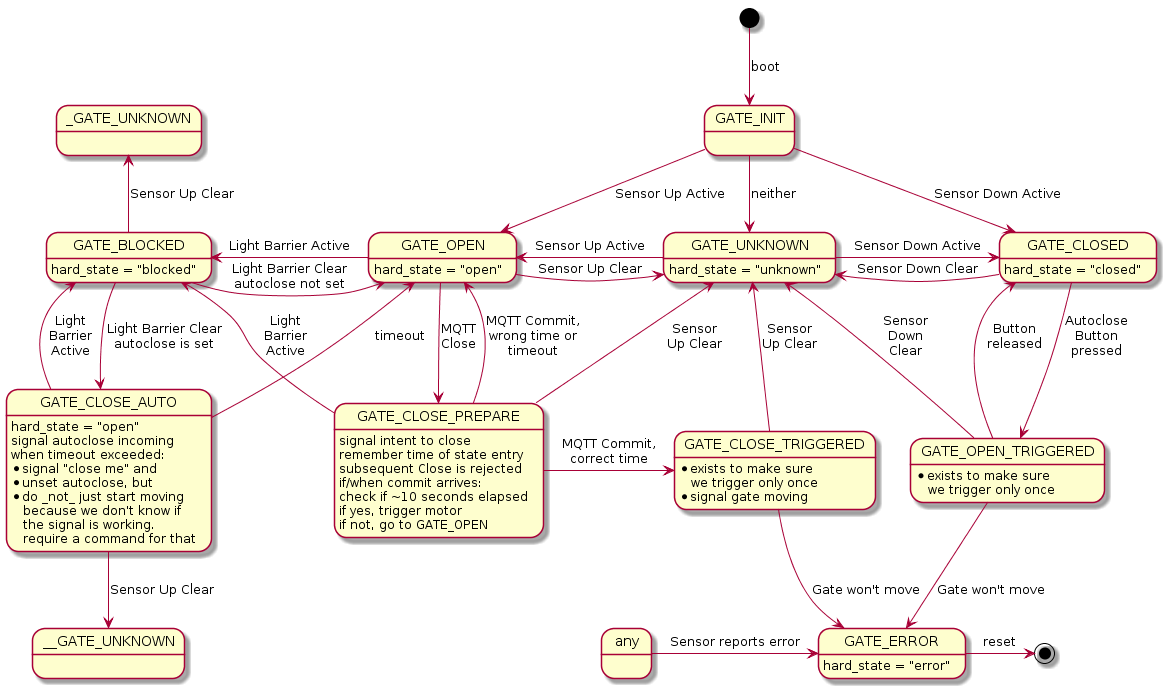
Earlier version of the PlantUML export docs/statemachine.png (Svedrin/gatecontrol).
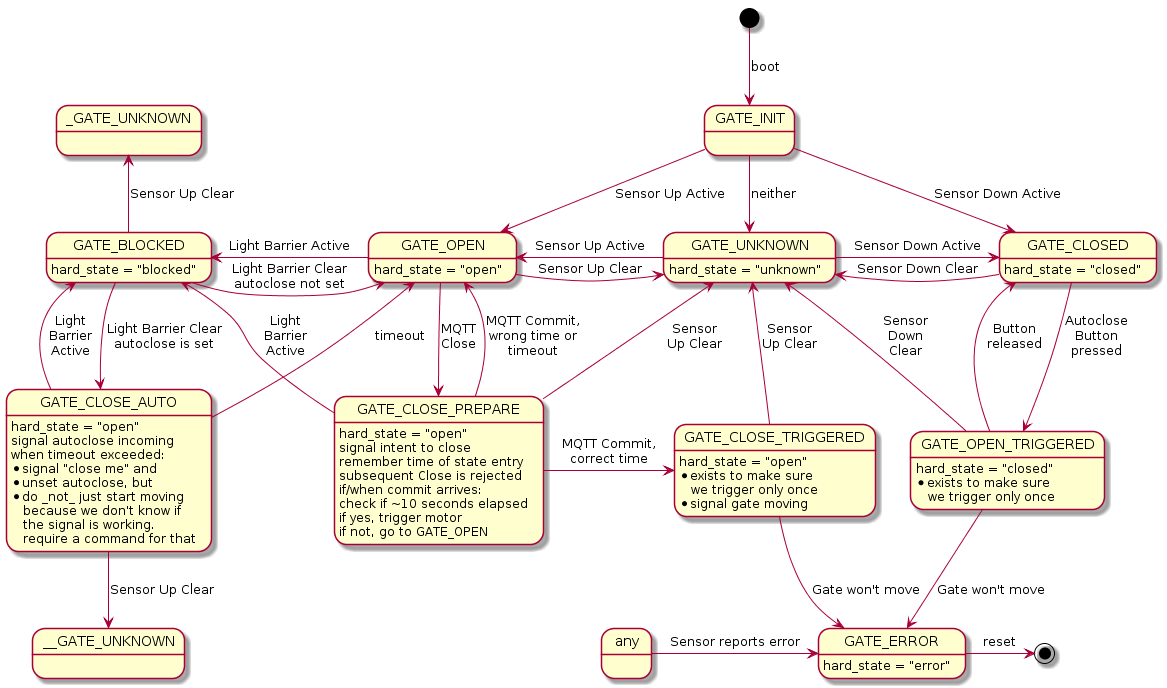
The same file after the commit.

Commit message:
add hard_state everywhere

Change to the diagram source:
```diff
@@ -34,6 +34,7 @@
 GATE_CLOSE_AUTO : * do _not_ just start moving\n   because we don't know if\n   the signal is working.\n   require a command for that
 
 GATE_OPEN    -down->  GATE_CLOSE_PREPARE : MQTT\nClose
+GATE_CLOSE_PREPARE: hard_state = "open"
 GATE_CLOSE_PREPARE: signal intent to close
 GATE_CLOSE_PREPARE: remember time of state entry
 GATE_CLOSE_PREPARE: subsequent Close is rejected
@@ -49,6 +50,7 @@
 
 GATE_CLOSE_TRIGGERED -up->     GATE_UNKNOWN         : Sensor\nUp Clear
 GATE_CLOSE_TRIGGERED -down->   GATE_ERROR           : Gate won't move
+GATE_CLOSE_TRIGGERED: hard_state = "open"
 GATE_CLOSE_TRIGGERED: * exists to make sure\n   we trigger only once
 GATE_CLOSE_TRIGGERED: * signal gate moving
 
@@ -59,6 +61,7 @@
 GATE_OPEN_TRIGGERED -up->   GATE_CLOSED         : Button\nreleased
 GATE_OPEN_TRIGGERED -up->   GATE_UNKNOWN        : Sensor\nDown\nClear
 GATE_OPEN_TRIGGERED -down-> GATE_ERROR          : Gate won't move
+GATE_OPEN_TRIGGERED: hard_state = "closed"
 GATE_OPEN_TRIGGERED: * exists to make sure\n   we trigger only once
 
 any -right-> GATE_ERROR : Sensor reports error
```
